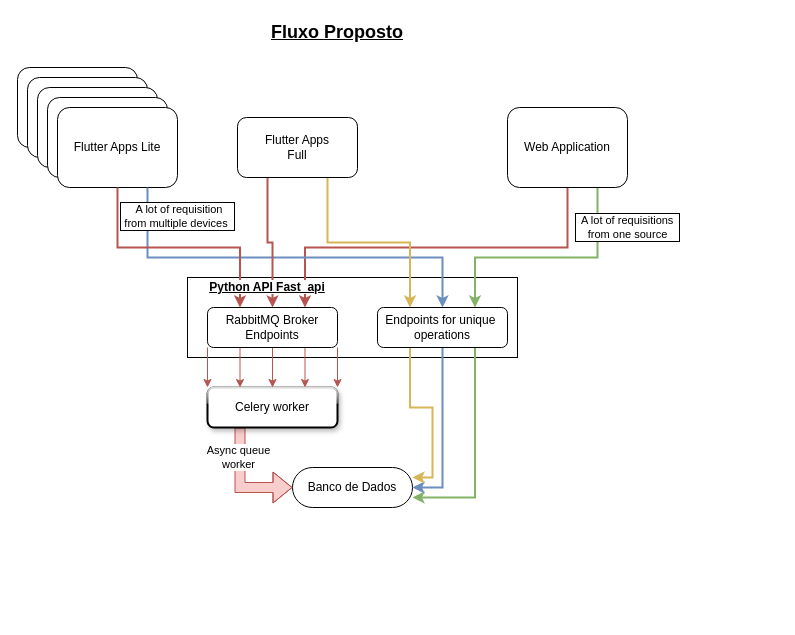
Earlier version of the draw.io diagram simple_punch_flow.drawio (ArturArtimonte/diagrans). Source tidied: cells renumbered, new cells numbered last; positions are measured from the earlier drawing's top-left corner, leaving out a move shared by most shapes. Both pictures are drawn from the tidied source at 100%, with x=0, y=0 at pixel (17, 17).
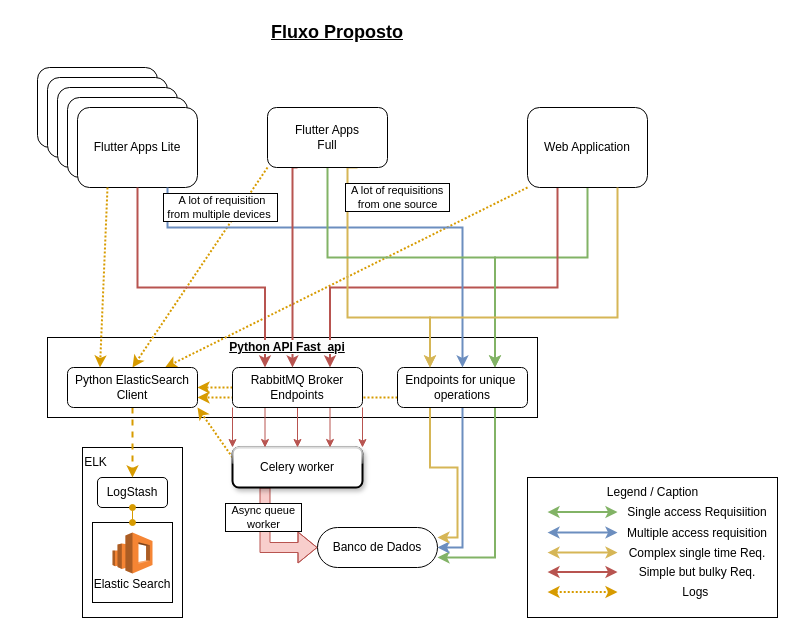
After the change.

The change refers to these unchanged cells:
```xml
<mxCell id="16" value="Flutter Apps Lite" style="rounded=1;whiteSpace=wrap;html=1;" parent="11" vertex="1">
  <mxGeometry x="40" y="40" width="120" height="80" as="geometry" />
</mxCell>
```

Change to the diagram source:
```diff
@@
     <mxCell id="2" style="rounded=0;whiteSpace=wrap;html=1;" parent="1" vertex="1">
-      <mxGeometry x="170" y="260" width="330" height="80" as="geometry" />
+      <mxGeometry x="30" y="320" width="490" height="80" as="geometry" />
     </mxCell>
+    <mxCell id="32" style="rounded=0;jettySize=auto;html=1;exitX=0;exitY=1;exitDx=0;exitDy=0;entryX=0.75;entryY=0;entryDx=0;entryDy=0;dashed=1;fillColor=#ffe6cc;strokeColor=#d79b00;strokeWidth=2;dashPattern=1 1;" parent="1" edge="1" source="5" target="55">
+      <mxGeometry relative="1" as="geometry" />
+    </mxCell>
+    <mxCell id="33" style="rounded=0;jettySize=auto;html=1;exitX=0;exitY=1;exitDx=0;exitDy=0;entryX=0.5;entryY=0;entryDx=0;entryDy=0;dashed=1;fillColor=#ffe6cc;strokeColor=#d79b00;strokeWidth=2;dashPattern=1 1;" parent="1" edge="1" source="29" target="55">
+      <mxGeometry relative="1" as="geometry" />
+    </mxCell>
+    <mxCell id="34" style="rounded=0;whiteSpace=wrap;html=1;" parent="1" vertex="1">
+      <mxGeometry x="65" y="430" width="100" height="170" as="geometry" />
+    </mxCell>
+    <mxCell id="35" value="&lt;br&gt;&lt;br&gt;&lt;br&gt;Elastic Search" style="whiteSpace=wrap;html=1;" parent="1" vertex="1">
+      <mxGeometry x="75" y="505" width="80" height="80" as="geometry" />
+    </mxCell>
+    <mxCell id="36" style="rounded=0;whiteSpace=wrap;html=1;" parent="1" vertex="1">
+      <mxGeometry x="510" y="460" width="250" height="140" as="geometry" />
+    </mxCell>
-    <mxCell id="3" value="&amp;nbsp; A lot of requisitions&amp;nbsp;&amp;nbsp;&lt;br&gt;from one source" style="edgeStyle=orthogonalEdgeStyle;rounded=0;jettySize=auto;html=1;exitX=0.75;exitY=1;exitDx=0;exitDy=0;entryX=0.75;entryY=0;entryDx=0;entryDy=0;labelBorderColor=default;fillColor=#d5e8d4;strokeColor=#82b366;strokeWidth=2;" parent="1" edge="1" source="5" target="9">
+    <mxCell id="3" style="edgeStyle=orthogonalEdgeStyle;rounded=0;jettySize=auto;html=1;exitX=0.5;exitY=1;exitDx=0;exitDy=0;entryX=0.75;entryY=0;entryDx=0;entryDy=0;labelBorderColor=default;fillColor=#d5e8d4;strokeColor=#82b366;strokeWidth=2;" parent="1" edge="1" source="5" target="9">
       <mxGeometry x="-0.67" y="30" relative="1" as="geometry">
         <Array as="points">
-          <mxPoint x="580" y="240" />
-          <mxPoint x="457" y="240" />
+          <mxPoint x="570" y="240" />
+          <mxPoint x="478" y="240" />
         </Array>
       </mxGeometry>
     </mxCell>
-    <mxCell id="4" style="edgeStyle=orthogonalEdgeStyle;rounded=0;jettySize=auto;html=1;exitX=0.5;exitY=1;exitDx=0;exitDy=0;entryX=0.75;entryY=0;entryDx=0;entryDy=0;strokeWidth=2;fillColor=#f8cecc;strokeColor=#b85450;" parent="1" edge="1" source="5" target="26">
-      <mxGeometry relative="1" as="geometry" />
+    <mxCell id="4" style="edgeStyle=orthogonalEdgeStyle;rounded=0;jettySize=auto;html=1;exitX=0.25;exitY=1;exitDx=0;exitDy=0;entryX=0.75;entryY=0;entryDx=0;entryDy=0;strokeWidth=2;fillColor=#f8cecc;strokeColor=#b85450;" parent="1" edge="1" source="5" target="26">
+      <mxGeometry relative="1" as="geometry">
+        <Array as="points">
+          <mxPoint x="540" y="270" />
+          <mxPoint x="313" y="270" />
+          <mxPoint x="313" y="350" />
+        </Array>
+      </mxGeometry>
     </mxCell>
     <mxCell id="5" value="Web Application" style="rounded=1;whiteSpace=wrap;html=1;" parent="1" vertex="1">
-      <mxGeometry x="490" y="90" width="120" height="80" as="geometry" />
+      <mxGeometry x="510" y="90" width="120" height="80" as="geometry" />
     </mxCell>
@@
+    <mxCell id="37" style="edgeStyle=orthogonalEdgeStyle;rounded=0;jettySize=auto;html=1;exitX=0;exitY=0.75;exitDx=0;exitDy=0;entryX=1;entryY=0.75;entryDx=0;entryDy=0;dashed=1;fillColor=#ffe6cc;strokeColor=#d79b00;strokeWidth=2;dashPattern=1 1;" parent="1" edge="1" source="9" target="55">
+      <mxGeometry relative="1" as="geometry" />
+    </mxCell>
     <mxCell id="9" value="Endpoints for unique&amp;nbsp;&lt;br&gt;operations" style="rounded=1;whiteSpace=wrap;html=1;" parent="1" vertex="1">
-      <mxGeometry x="360" y="290" width="130" height="40" as="geometry" />
+      <mxGeometry x="380" y="350" width="130" height="40" as="geometry" />
     </mxCell>
     <mxCell id="10" value="Banco de Dados" style="rounded=1;whiteSpace=wrap;html=1;arcSize=50;" parent="1" vertex="1">
-      <mxGeometry x="275" y="450" width="120" height="40" as="geometry" />
+      <mxGeometry x="300" y="510" width="120" height="40" as="geometry" />
     </mxCell>
     <mxCell id="11" style="group;" parent="1" vertex="1">
-      <mxGeometry y="50" width="160" height="120" as="geometry" />
+      <mxGeometry x="20" y="50" width="160" height="120" as="geometry" />
     </mxCell>
@@
     <mxCell id="17" value="&amp;nbsp;A lot of requisition&lt;br&gt;&amp;nbsp;from multiple devices&amp;nbsp;&amp;nbsp;" style="edgeStyle=elbowEdgeStyle;rounded=0;jettySize=auto;html=1;exitX=0.75;exitY=1;exitDx=0;exitDy=0;entryX=0.5;entryY=0;entryDx=0;entryDy=0;labelBorderColor=default;fillColor=#dae8fc;strokeColor=#6c8ebf;elbow=vertical;strokeWidth=2;" parent="1" edge="1" source="16" target="9">
-      <mxGeometry x="-0.86" y="30" relative="1" as="geometry">
+      <mxGeometry x="-0.61" y="20" relative="1" as="geometry">
         <Array as="points">
-          <mxPoint x="220" y="240" />
-          <mxPoint x="170" y="190" />
+          <mxPoint x="390" y="210" />
+          <mxPoint x="242.5" y="220" />
+          <mxPoint x="192.5" y="170" />
         </Array>
       </mxGeometry>
     </mxCell>
@@
-    <mxCell id="19" value="Async queue&lt;br&gt;worker" style="edgeStyle=orthogonalEdgeStyle;rounded=0;jettySize=auto;html=1;exitX=0.25;exitY=1;exitDx=0;exitDy=0;entryX=0;entryY=0.5;entryDx=0;entryDy=0;shape=flexArrow;fillColor=#f8cecc;strokeColor=#b85450;" parent="1" edge="1" source="20" target="10">
+    <mxCell id="19" value="&amp;nbsp; Async queue&amp;nbsp;&amp;nbsp;&lt;br&gt;worker" style="edgeStyle=orthogonalEdgeStyle;rounded=0;jettySize=auto;html=1;exitX=0.25;exitY=1;exitDx=0;exitDy=0;entryX=0;entryY=0.5;entryDx=0;entryDy=0;shape=flexArrow;fillColor=#f8cecc;strokeColor=#b85450;labelBorderColor=default;" parent="1" edge="1" source="20" target="10">
       <mxGeometry x="-0.47" y="-2" relative="1" as="geometry" />
     </mxCell>
+    <mxCell id="38" style="rounded=0;jettySize=auto;html=1;exitX=0;exitY=0.25;exitDx=0;exitDy=0;entryX=1;entryY=1;entryDx=0;entryDy=0;fillColor=#ffe6cc;strokeColor=#d79b00;dashed=1;strokeWidth=2;dashPattern=1 1;" parent="1" edge="1" source="20" target="55">
+      <mxGeometry relative="1" as="geometry" />
+    </mxCell>
     <mxCell id="20" value="Celery worker" style="rounded=1;whiteSpace=wrap;html=1;arcSize=16;glass=1;shadow=1;strokeWidth=2;" parent="1" vertex="1">
-      <mxGeometry x="190" y="370" width="130" height="40" as="geometry" />
+      <mxGeometry x="215" y="430" width="130" height="40" as="geometry" />
     </mxCell>
@@
+    <mxCell id="39" style="edgeStyle=orthogonalEdgeStyle;rounded=0;jettySize=auto;html=1;exitX=0;exitY=0.5;exitDx=0;exitDy=0;entryX=1;entryY=0.5;entryDx=0;entryDy=0;dashed=1;fillColor=#ffe6cc;strokeColor=#d79b00;strokeWidth=2;dashPattern=1 1;" parent="1" edge="1" source="26" target="55">
+      <mxGeometry relative="1" as="geometry" />
+    </mxCell>
     <mxCell id="26" value="RabbitMQ Broker&lt;br&gt;Endpoints" style="rounded=1;whiteSpace=wrap;html=1;" parent="1" vertex="1">
-      <mxGeometry x="190" y="290" width="130" height="40" as="geometry" />
+      <mxGeometry x="215" y="350" width="130" height="40" as="geometry" />
     </mxCell>
-    <mxCell id="27" style="edgeStyle=orthogonalEdgeStyle;rounded=0;jettySize=auto;html=1;exitX=0.75;exitY=1;exitDx=0;exitDy=0;entryX=0.25;entryY=0;entryDx=0;entryDy=0;fillColor=#fff2cc;strokeColor=#d6b656;strokeWidth=2;" parent="1" edge="1" source="29" target="9">
-      <mxGeometry relative="1" as="geometry">
+    <mxCell id="27" value="&lt;span style=&quot;color: rgb(0, 0, 0); font-family: Helvetica; font-size: 11px; font-style: normal; font-variant-ligatures: normal; font-variant-caps: normal; font-weight: 400; letter-spacing: normal; orphans: 2; text-align: center; text-indent: 0px; text-transform: none; widows: 2; word-spacing: 0px; -webkit-text-stroke-width: 0px; background-color: rgb(255, 255, 255); text-decoration-thickness: initial; text-decoration-style: initial; text-decoration-color: initial; float: none; display: inline !important;&quot;&gt;&amp;nbsp; A lot of requisitions&amp;nbsp;&amp;nbsp;&lt;/span&gt;&lt;br style=&quot;border-color: var(--border-color); color: rgb(0, 0, 0); font-family: Helvetica; font-size: 11px; font-style: normal; font-variant-ligatures: normal; font-variant-caps: normal; font-weight: 400; letter-spacing: normal; orphans: 2; text-align: center; text-indent: 0px; text-transform: none; widows: 2; word-spacing: 0px; -webkit-text-stroke-width: 0px; text-decoration-thickness: initial; text-decoration-style: initial; text-decoration-color: initial;&quot;&gt;&lt;span style=&quot;color: rgb(0, 0, 0); font-family: Helvetica; font-size: 11px; font-style: normal; font-variant-ligatures: normal; font-variant-caps: normal; font-weight: 400; letter-spacing: normal; orphans: 2; text-align: center; text-indent: 0px; text-transform: none; widows: 2; word-spacing: 0px; -webkit-text-stroke-width: 0px; background-color: rgb(255, 255, 255); text-decoration-thickness: initial; text-decoration-style: initial; text-decoration-color: initial; float: none; display: inline !important;&quot;&gt;from one source&lt;/span&gt;" style="edgeStyle=orthogonalEdgeStyle;rounded=0;jettySize=auto;html=1;exitX=0.75;exitY=1;exitDx=0;exitDy=0;entryX=0.25;entryY=0;entryDx=0;entryDy=0;fillColor=#fff2cc;strokeColor=#d6b656;strokeWidth=2;labelBorderColor=default;" parent="1" edge="1" source="29" target="9">
+      <mxGeometry x="-1" y="50" relative="1" as="geometry">
         <Array as="points">
-          <mxPoint x="310" y="225" />
-          <mxPoint x="393" y="225" />
+          <mxPoint x="330" y="300" />
+          <mxPoint x="413" y="300" />
         </Array>
+        <mxPoint x="40" y="-20" as="offset" />
       </mxGeometry>
     </mxCell>
     <mxCell id="28" style="edgeStyle=orthogonalEdgeStyle;rounded=0;jettySize=auto;html=1;exitX=0.25;exitY=1;exitDx=0;exitDy=0;strokeWidth=2;fillColor=#f8cecc;strokeColor=#b85450;" parent="1" edge="1" source="29" target="26">
-      <mxGeometry relative="1" as="geometry" />
+      <mxGeometry relative="1" as="geometry">
+        <Array as="points">
+          <mxPoint x="275" y="150" />
+        </Array>
+      </mxGeometry>
     </mxCell>
+    <mxCell id="40" style="edgeStyle=orthogonalEdgeStyle;rounded=0;jettySize=auto;html=1;exitX=0.5;exitY=1;exitDx=0;exitDy=0;entryX=0.75;entryY=0;entryDx=0;entryDy=0;strokeWidth=2;fillColor=#d5e8d4;strokeColor=#82b366;" parent="1" edge="1" source="29" target="9">
+      <mxGeometry relative="1" as="geometry">
+        <Array as="points">
+          <mxPoint x="310" y="240" />
+          <mxPoint x="478" y="240" />
+        </Array>
+      </mxGeometry>
+    </mxCell>
     <mxCell id="29" value="Flutter Apps&lt;br&gt;Full" style="rounded=1;whiteSpace=wrap;html=1;" parent="1" vertex="1">
-      <mxGeometry x="220" y="100" width="120" height="60" as="geometry" />
+      <mxGeometry x="250" y="90" width="120" height="60" as="geometry" />
     </mxCell>
     <mxCell id="30" style="edgeStyle=orthogonalEdgeStyle;rounded=0;jettySize=auto;html=1;exitX=0.5;exitY=1;exitDx=0;exitDy=0;entryX=0.25;entryY=0;entryDx=0;entryDy=0;strokeWidth=2;fillColor=#f8cecc;strokeColor=#b85450;" parent="1" edge="1" source="16" target="26">
-      <mxGeometry relative="1" as="geometry" />
+      <mxGeometry relative="1" as="geometry">
+        <Array as="points">
+          <mxPoint x="120" y="270" />
+          <mxPoint x="248" y="270" />
+          <mxPoint x="248" y="350" />
+        </Array>
+      </mxGeometry>
     </mxCell>
     <mxCell id="31" value="&lt;span style=&quot;color: rgb(0, 0, 0); font-family: Helvetica; font-size: 12px; font-style: normal; font-variant-ligatures: normal; font-variant-caps: normal; letter-spacing: normal; orphans: 2; text-align: center; text-indent: 0px; text-transform: none; widows: 2; word-spacing: 0px; -webkit-text-stroke-width: 0px; background-color: rgb(251, 251, 251); float: none; display: inline !important;&quot;&gt;Python API&amp;nbsp;&lt;/span&gt;&lt;span style=&quot;color: rgb(0, 0, 0); font-family: Helvetica; font-size: 12px; font-style: normal; font-variant-ligatures: normal; font-variant-caps: normal; letter-spacing: normal; orphans: 2; text-align: center; text-indent: 0px; text-transform: none; widows: 2; word-spacing: 0px; -webkit-text-stroke-width: 0px; background-color: rgb(251, 251, 251); float: none; display: inline !important;&quot;&gt;Fast_api&lt;/span&gt;" style="text;html=1;strokeColor=none;fillColor=none;align=center;verticalAlign=middle;whiteSpace=wrap;rounded=0;fontStyle=5;" parent="1" vertex="1">
-      <mxGeometry x="170" y="260" width="160" height="20" as="geometry" />
+      <mxGeometry x="190" y="320" width="160" height="20" as="geometry" />
     </mxCell>
+    <mxCell id="41" style="endArrow=classic;startArrow=classic;html=1;rounded=0;fillColor=#fff2cc;strokeColor=#d6b656;strokeWidth=2;" parent="1" edge="1">
+      <mxGeometry relative="1" as="geometry">
+        <mxPoint x="530" y="535.1" as="sourcePoint" />
+        <mxPoint x="600" y="535.1" as="targetPoint" />
+      </mxGeometry>
+    </mxCell>
+    <mxCell id="42" style="endArrow=classic;startArrow=classic;html=1;rounded=0;fillColor=#dae8fc;strokeColor=#6c8ebf;strokeWidth=2;" parent="1" edge="1">
+      <mxGeometry relative="1" as="geometry">
+        <mxPoint x="530" y="515.1" as="sourcePoint" />
+        <mxPoint x="600" y="515.1" as="targetPoint" />
+      </mxGeometry>
+    </mxCell>
+    <mxCell id="43" style="endArrow=classic;startArrow=classic;html=1;rounded=0;fillColor=#d5e8d4;strokeColor=#82b366;strokeWidth=2;" parent="1" edge="1">
+      <mxGeometry relative="1" as="geometry">
+        <mxPoint x="530" y="494.6" as="sourcePoint" />
+        <mxPoint x="600" y="494.6" as="targetPoint" />
+      </mxGeometry>
+    </mxCell>
+    <mxCell id="44" style="endArrow=classic;startArrow=classic;html=1;rounded=0;fillColor=#f8cecc;strokeColor=#b85450;strokeWidth=2;" parent="1" edge="1">
+      <mxGeometry relative="1" as="geometry">
+        <mxPoint x="530" y="554.6" as="sourcePoint" />
+        <mxPoint x="600" y="554.6" as="targetPoint" />
+      </mxGeometry>
+    </mxCell>
+    <mxCell id="45" value="Legend / Caption" style="text;html=1;align=center;verticalAlign=middle;strokeColor=none;fillColor=none;" parent="1" vertex="1">
+      <mxGeometry x="580" y="460" width="110" height="30" as="geometry" />
+    </mxCell>
+    <mxCell id="46" value="Single access Requisiition" style="text;html=1;strokeColor=none;fillColor=none;align=center;verticalAlign=middle;whiteSpace=wrap;rounded=0;" parent="1" vertex="1">
+      <mxGeometry x="600" y="490" width="160" height="10" as="geometry" />
+    </mxCell>
+    <mxCell id="47" value="Multiple access requisition" style="text;html=1;strokeColor=none;fillColor=none;align=center;verticalAlign=middle;whiteSpace=wrap;rounded=0;" parent="1" vertex="1">
+      <mxGeometry x="600" y="509" width="160" height="13" as="geometry" />
+    </mxCell>
+    <mxCell id="48" value="Complex single time Req." style="text;html=1;strokeColor=none;fillColor=none;align=center;verticalAlign=middle;whiteSpace=wrap;rounded=0;" parent="1" vertex="1">
+      <mxGeometry x="610" y="529" width="140" height="13" as="geometry" />
+    </mxCell>
+    <mxCell id="49" value="Simple but bulky Req." style="text;html=1;strokeColor=none;fillColor=none;align=center;verticalAlign=middle;whiteSpace=wrap;rounded=0;" parent="1" vertex="1">
+      <mxGeometry x="600" y="550" width="160" height="10" as="geometry" />
+    </mxCell>
+    <mxCell id="50" style="edgeStyle=elbowEdgeStyle;rounded=0;jettySize=auto;html=1;exitX=0.75;exitY=1;exitDx=0;exitDy=0;entryX=0.25;entryY=0;entryDx=0;entryDy=0;labelBorderColor=default;fillColor=#fff2cc;strokeColor=#d6b656;strokeWidth=2;elbow=vertical;" parent="1" edge="1" source="5" target="9">
+      <mxGeometry x="-0.67" y="30" relative="1" as="geometry">
+        <Array as="points">
+          <mxPoint x="420" y="300" />
+          <mxPoint x="460" y="290" />
+          <mxPoint x="520" y="300" />
+          <mxPoint x="510" y="290" />
+          <mxPoint x="620" y="250" />
+        </Array>
+      </mxGeometry>
+    </mxCell>
+    <mxCell id="51" style="dashed=0;verticalLabelPosition=bottom;verticalAlign=top;align=center;html=1;shape=mxgraph.aws3.elasticsearch_service;fillColor=#F58534;gradientColor=none;" parent="1" vertex="1">
+      <mxGeometry x="95" y="515" width="40" height="41" as="geometry" />
+    </mxCell>
+    <mxCell id="52" value="ELK" style="text;html=1;align=center;verticalAlign=middle;strokeColor=none;fillColor=none;" parent="1" vertex="1">
+      <mxGeometry x="53" y="430" width="50" height="30" as="geometry" />
+    </mxCell>
+    <mxCell id="53" value="LogStash" style="rounded=1;whiteSpace=wrap;html=1;" parent="1" vertex="1">
+      <mxGeometry x="80" y="460" width="70" height="30" as="geometry" />
+    </mxCell>
+    <mxCell id="54" style="edgeStyle=orthogonalEdgeStyle;rounded=0;jettySize=auto;html=1;exitX=0.5;exitY=1;exitDx=0;exitDy=0;strokeWidth=2;dashed=1;fillColor=#ffe6cc;strokeColor=#d79b00;" parent="1" edge="1" source="55" target="53">
+      <mxGeometry relative="1" as="geometry" />
+    </mxCell>
+    <mxCell id="55" value="Python ElasticSearch Client" style="rounded=1;whiteSpace=wrap;html=1;" parent="1" vertex="1">
+      <mxGeometry x="50" y="350" width="130" height="40" as="geometry" />
+    </mxCell>
+    <mxCell id="56" style="rounded=0;jettySize=auto;html=1;exitX=0.25;exitY=1;exitDx=0;exitDy=0;entryX=0.25;entryY=0;entryDx=0;entryDy=0;dashed=1;fillColor=#ffe6cc;strokeColor=#d79b00;strokeWidth=2;dashPattern=1 1;" parent="1" edge="1" source="16" target="55">
+      <mxGeometry relative="1" as="geometry" />
+    </mxCell>
+    <mxCell id="57" style="edgeStyle=orthogonalEdgeStyle;rounded=0;jettySize=auto;html=1;exitX=0.5;exitY=1;exitDx=0;exitDy=0;entryX=0.5;entryY=0;entryDx=0;entryDy=0;fillColor=#ffe6cc;strokeColor=#d79b00;endArrow=oval;endFill=1;startArrow=oval;startFill=1;" parent="1" edge="1" source="53" target="35">
+      <mxGeometry relative="1" as="geometry" />
+    </mxCell>
+    <mxCell id="58" style="endArrow=classic;startArrow=classic;html=1;rounded=0;fillColor=#ffe6cc;strokeColor=#d79b00;strokeWidth=2;dashed=1;dashPattern=1 1;" parent="1" edge="1">
+      <mxGeometry relative="1" as="geometry">
+        <mxPoint x="530" y="574.6" as="sourcePoint" />
+        <mxPoint x="600" y="574.6" as="targetPoint" />
+        <Array as="points">
+          <mxPoint x="570" y="574.6" />
+        </Array>
+      </mxGeometry>
+    </mxCell>
+    <mxCell id="59" value="Logs&amp;nbsp;" style="text;html=1;strokeColor=none;fillColor=none;align=center;verticalAlign=middle;whiteSpace=wrap;rounded=0;" parent="1" vertex="1">
+      <mxGeometry x="600" y="570" width="160" height="10" as="geometry" />
+    </mxCell>
```
